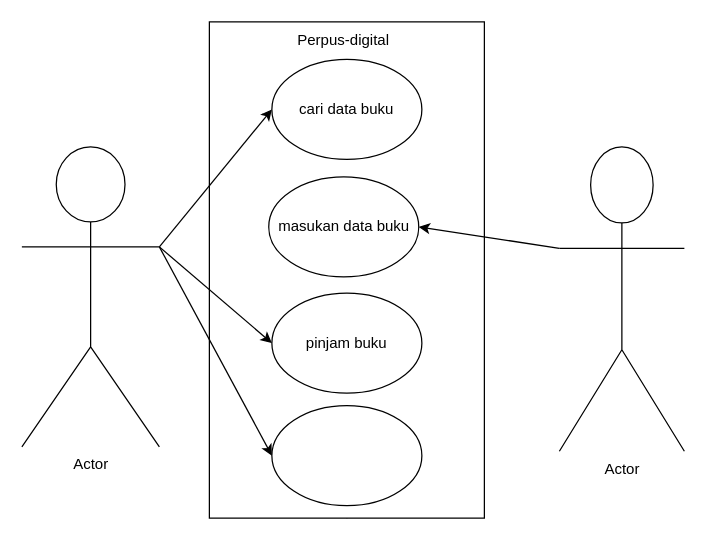
The draw.io diagram Untitled Diagram.drawio in c3company/perpusDigital, before the edit. Source tidied: cells renumbered, new cells numbered last; positions are measured from the earlier drawing's top-left corner, leaving out a move shared by most shapes. Both pictures are drawn from the tidied source at 125%, with x=0, y=0 at pixel (21, 21).
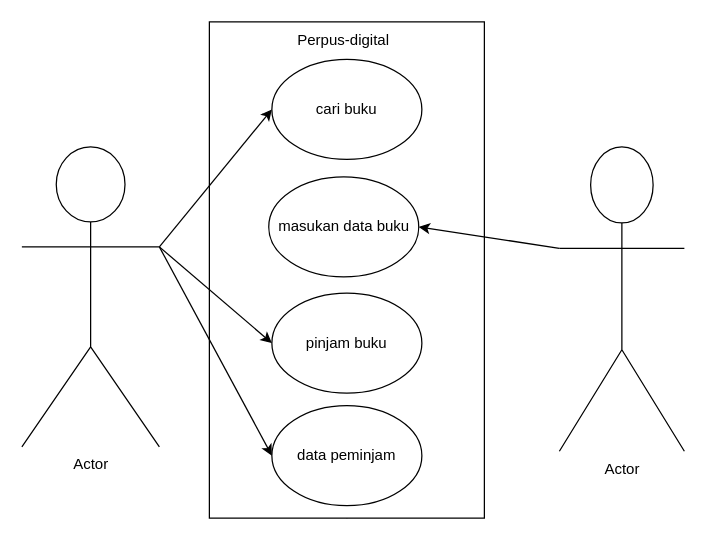
Above is the later version.

What changed in the source:
```diff
@@
 <mxGraphModel>
   <root>
     <mxCell id="0" />
     <mxCell id="1" parent="0" />
     <mxCell id="2" style="edgeStyle=orthogonalEdgeStyle;rounded=0;jettySize=auto;html=1;exitX=0.5;exitY=1;exitDx=0;exitDy=0;" parent="1" edge="1" source="3">
       <mxGeometry relative="1" as="geometry">
         <mxPoint x="260" y="387" as="targetPoint" />
       </mxGeometry>
     </mxCell>
     <mxCell id="3" style="rounded=0;whiteSpace=wrap;html=1;" parent="1" vertex="1">
       <mxGeometry x="150" width="220" height="397" as="geometry" />
     </mxCell>
     <mxCell id="4" value="masukan data buku" style="ellipse;whiteSpace=wrap;html=1;" parent="1" vertex="1">
       <mxGeometry x="197.5" y="124" width="120" height="80" as="geometry" />
     </mxCell>
     <mxCell id="5" value="pinjam buku" style="ellipse;whiteSpace=wrap;html=1;" parent="1" vertex="1">
       <mxGeometry x="200" y="217" width="120" height="80" as="geometry" />
     </mxCell>
-    <mxCell id="6" style="ellipse;whiteSpace=wrap;html=1;" parent="1" vertex="1">
+    <mxCell id="6" value="data peminjam" style="ellipse;whiteSpace=wrap;html=1;" parent="1" vertex="1">
       <mxGeometry x="200" y="307" width="120" height="80" as="geometry" />
     </mxCell>
-    <mxCell id="7" value="cari data buku&lt;br&gt;" style="ellipse;whiteSpace=wrap;html=1;" parent="1" vertex="1">
+    <mxCell id="7" value="cari buku" style="ellipse;whiteSpace=wrap;html=1;" parent="1" vertex="1">
       <mxGeometry x="200" y="30" width="120" height="80" as="geometry" />
     </mxCell>
     <mxCell id="8" value="Perpus-digital" style="text;html=1;strokeColor=none;fillColor=none;align=center;verticalAlign=middle;whiteSpace=wrap;rounded=0;" parent="1" vertex="1">
       <mxGeometry x="215" width="85" height="30" as="geometry" />
     </mxCell>
     <mxCell id="9" value="Actor" style="shape=umlActor;verticalLabelPosition=bottom;verticalAlign=top;html=1;outlineConnect=0;" parent="1" vertex="1">
       <mxGeometry y="100" width="110" height="240" as="geometry" />
     </mxCell>
     <mxCell id="10" style="endArrow=classic;html=1;rounded=0;entryX=0;entryY=0.5;entryDx=0;entryDy=0;" parent="1" edge="1" target="7">
       <mxGeometry relative="1" as="geometry">
         <mxPoint x="110" y="180" as="sourcePoint" />
       </mxGeometry>
     </mxCell>
     <mxCell id="11" style="endArrow=classic;html=1;rounded=0;exitX=1;exitY=0.3333333333333333;exitDx=0;exitDy=0;exitPerimeter=0;entryX=0;entryY=0.5;entryDx=0;entryDy=0;" parent="1" edge="1" source="9" target="5">
       <mxGeometry relative="1" as="geometry" />
     </mxCell>
     <mxCell id="12" style="endArrow=classic;html=1;rounded=0;exitX=1;exitY=0.3333333333333333;exitDx=0;exitDy=0;exitPerimeter=0;entryX=0;entryY=0.5;entryDx=0;entryDy=0;" parent="1" edge="1" source="9" target="6">
       <mxGeometry relative="1" as="geometry" />
     </mxCell>
     <mxCell id="13" value="Actor" style="shape=umlActor;verticalLabelPosition=bottom;verticalAlign=top;html=1;outlineConnect=0;" parent="1" vertex="1">
       <mxGeometry x="430" y="100" width="100" height="243.5" as="geometry" />
     </mxCell>
     <mxCell id="14" style="endArrow=classic;html=1;rounded=0;exitX=0;exitY=0.3333333333333333;exitDx=0;exitDy=0;exitPerimeter=0;entryX=1;entryY=0.5;entryDx=0;entryDy=0;" parent="1" edge="1" source="13" target="4">
       <mxGeometry relative="1" as="geometry" />
     </mxCell>
   </root>
 </mxGraphModel>
```
